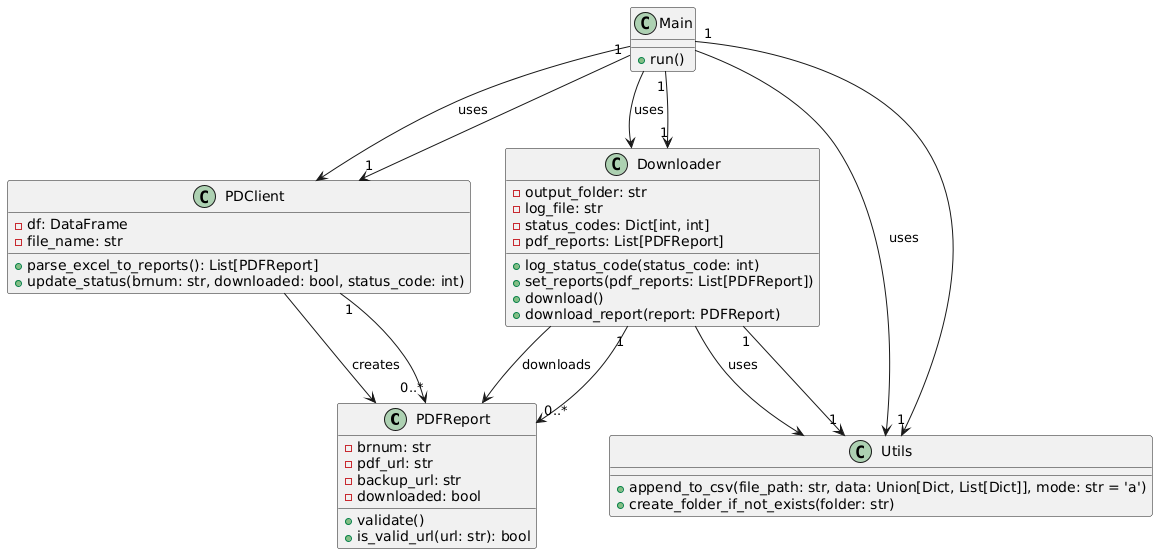
prismicious/Uge-4 keeps this PlantUML diagram as uml_diagram.png. Above is the earlier version.
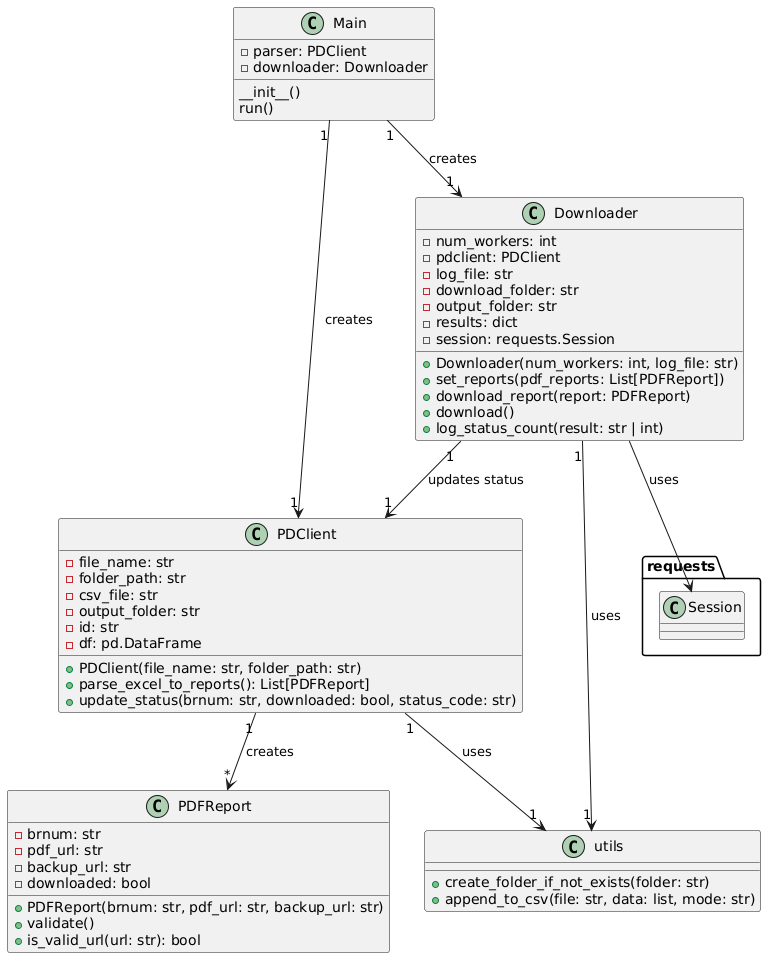
After the commit.

Commit message:
add reqquirements, report docs and uml diagram update

Diff of the diagram source:
```diff
@@ -1,55 +1,59 @@
 @startuml
+class Main {
+    - parser: PDClient
+    - downloader: Downloader
+    __init__()
+    run()
+}
+
+class PDClient {
+    - file_name: str
+    - folder_path: str
+    - csv_file: str
+    - output_folder: str
+    - id: str
+    - df: pd.DataFrame
+    + PDClient(file_name: str, folder_path: str)
+    + parse_excel_to_reports(): List[PDFReport]
+    + update_status(brnum: str, downloaded: bool, status_code: str)
+}
+
+class Downloader {
+    - num_workers: int
+    - pdclient: PDClient
+    - log_file: str
+    - download_folder: str
+    - output_folder: str
+    - results: dict
+    - session: requests.Session
+    + Downloader(num_workers: int, log_file: str)
+    + set_reports(pdf_reports: List[PDFReport])
+    + download_report(report: PDFReport)
+    + download()
+    + log_status_count(result: str | int)
+}
+
 class PDFReport {
     - brnum: str
     - pdf_url: str
     - backup_url: str
     - downloaded: bool
+    + PDFReport(brnum: str, pdf_url: str, backup_url: str)
     + validate()
     + is_valid_url(url: str): bool
 }
 
-class PDClient {
-    - df: DataFrame
-    - file_name: str
-    + parse_excel_to_reports(): List[PDFReport]
-    + update_status(brnum: str, downloaded: bool, status_code: int)
+class utils {
+    + create_folder_if_not_exists(folder: str)
+    + append_to_csv(file: str, data: list, mode: str)
 }
 
-class Downloader {
-    - output_folder: str
-    - log_file: str
-    - status_codes: Dict[int, int]
-    - pdf_reports: List[PDFReport]
-    + log_status_code(status_code: int)
-    + set_reports(pdf_reports: List[PDFReport])
-    + download()
-    + download_report(report: PDFReport)
-}
+Downloader "1" --> "1" utils : uses
+Downloader "1" --> "1" PDClient : updates status
+Downloader --> requests.Session : uses
+PDClient "1" --> "1" utils : uses
 
-class Utils {
-    + append_to_csv(file_path: str, data: Union[Dict, List[Dict]], mode: str = 'a')
-    + create_folder_if_not_exists(folder: str)
-}
-
-class Main {
-    + run()
-}
-
-PDClient --> PDFReport : "creates"
-PDClient "1" --> "0..*" PDFReport
-
-Downloader --> PDFReport : "downloads"
-Downloader "1" --> "0..*" PDFReport
-
-Downloader --> Utils : "uses"
-Downloader "1" --> "1" Utils
-
-Main --> PDClient : "uses"
-Main "1" --> "1" PDClient
-
-Main --> Downloader : "uses"
-Main "1" --> "1" Downloader
-
-Main --> Utils : "uses"
-Main "1" --> "1" Utils
+Main "1" --> "1" PDClient : creates
+Main "1" --> "1" Downloader : creates
+PDClient "1" --> "*" PDFReport : creates
 @enduml
```
